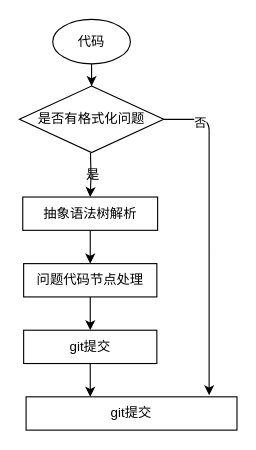
Earlier version of the draw.io diagram patents.drawio (shinecjj/UML). Source tidied: cells renumbered, new cells numbered last; positions are measured from the earlier drawing's top-left corner, leaving out a move shared by most shapes. Both pictures are drawn from the tidied source at 111%, with x=0, y=0 at pixel (19, 19).
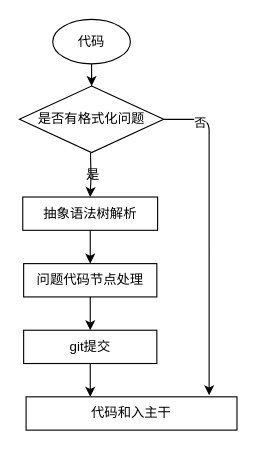
Above is the later version.

The edit, as a diff of the source:
```diff
@@
 <mxGraphModel>
   <root>
     <mxCell id="0" />
     <mxCell id="1" parent="0" />
     <mxCell id="2" style="edgeStyle=orthogonalEdgeStyle;rounded=0;jettySize=auto;html=1;" parent="1" edge="1" source="3" target="4">
       <mxGeometry relative="1" as="geometry" />
     </mxCell>
     <mxCell id="3" value="代码" style="ellipse;whiteSpace=wrap;html=1;" parent="1" vertex="1">
       <mxGeometry x="30" width="70" height="40" as="geometry" />
     </mxCell>
     <mxCell id="4" value="是否有格式化问题" style="rhombus;whiteSpace=wrap;html=1;" parent="1" vertex="1">
       <mxGeometry y="60" width="130" height="60" as="geometry" />
     </mxCell>
     <mxCell id="5" style="edgeStyle=orthogonalEdgeStyle;rounded=0;jettySize=auto;html=1;" parent="1" edge="1" source="6" target="8">
       <mxGeometry relative="1" as="geometry" />
     </mxCell>
     <mxCell id="6" value="抽象语法树解析" style="rounded=0;whiteSpace=wrap;html=1;" parent="1" vertex="1">
       <mxGeometry x="3" y="160" width="121.5" height="30" as="geometry" />
     </mxCell>
     <mxCell id="7" style="edgeStyle=orthogonalEdgeStyle;rounded=0;jettySize=auto;html=1;" parent="1" edge="1" source="8" target="10">
       <mxGeometry relative="1" as="geometry" />
     </mxCell>
     <mxCell id="8" value="问题代码节点处理" style="rounded=0;whiteSpace=wrap;html=1;" parent="1" vertex="1">
       <mxGeometry x="3.8" y="220" width="120" height="30" as="geometry" />
     </mxCell>
     <mxCell id="9" style="edgeStyle=orthogonalEdgeStyle;rounded=0;jettySize=auto;html=1;" parent="1" edge="1" source="10" target="13">
       <mxGeometry relative="1" as="geometry">
         <Array as="points">
           <mxPoint x="64" y="340" />
           <mxPoint x="64" y="340" />
         </Array>
       </mxGeometry>
     </mxCell>
     <mxCell id="10" value="git提交" style="rounded=0;whiteSpace=wrap;html=1;" parent="1" vertex="1">
       <mxGeometry x="3.8" y="280" width="120" height="30" as="geometry" />
     </mxCell>
     <mxCell id="11" style="edgeStyle=orthogonalEdgeStyle;rounded=0;jettySize=auto;html=1;entryX=0.5;entryY=0;entryDx=0;entryDy=0;" parent="1" edge="1" target="6">
       <mxGeometry relative="1" as="geometry">
         <mxPoint x="64" y="120" as="sourcePoint" />
       </mxGeometry>
     </mxCell>
     <mxCell id="12" value="是" style="text;html=1;align=center;verticalAlign=middle;strokeColor=none;" parent="1" vertex="1">
       <mxGeometry x="51" y="130" width="30" height="20" as="geometry" />
     </mxCell>
-    <mxCell id="13" value="git提交" style="rounded=0;whiteSpace=wrap;html=1;" parent="1" vertex="1">
+    <mxCell id="13" value="代码和入主干" style="rounded=0;whiteSpace=wrap;html=1;" parent="1" vertex="1">
       <mxGeometry x="6" y="340" width="190" height="30" as="geometry" />
     </mxCell>
     <mxCell id="14" style="edgeStyle=segmentEdgeStyle;endArrow=classic;html=1;entryX=0.868;entryY=-0.045;entryDx=0;entryDy=0;entryPerimeter=0;exitX=1;exitY=0.5;exitDx=0;exitDy=0;" parent="1" edge="1" source="4" target="13">
       <mxGeometry relative="1" as="geometry" />
     </mxCell>
     <mxCell id="15" value="否" style="edgeLabel;html=1;align=center;verticalAlign=middle;" parent="14" vertex="1">
       <mxGeometry x="-0.78" y="-2" relative="1" as="geometry" />
     </mxCell>
   </root>
 </mxGraphModel>
```
